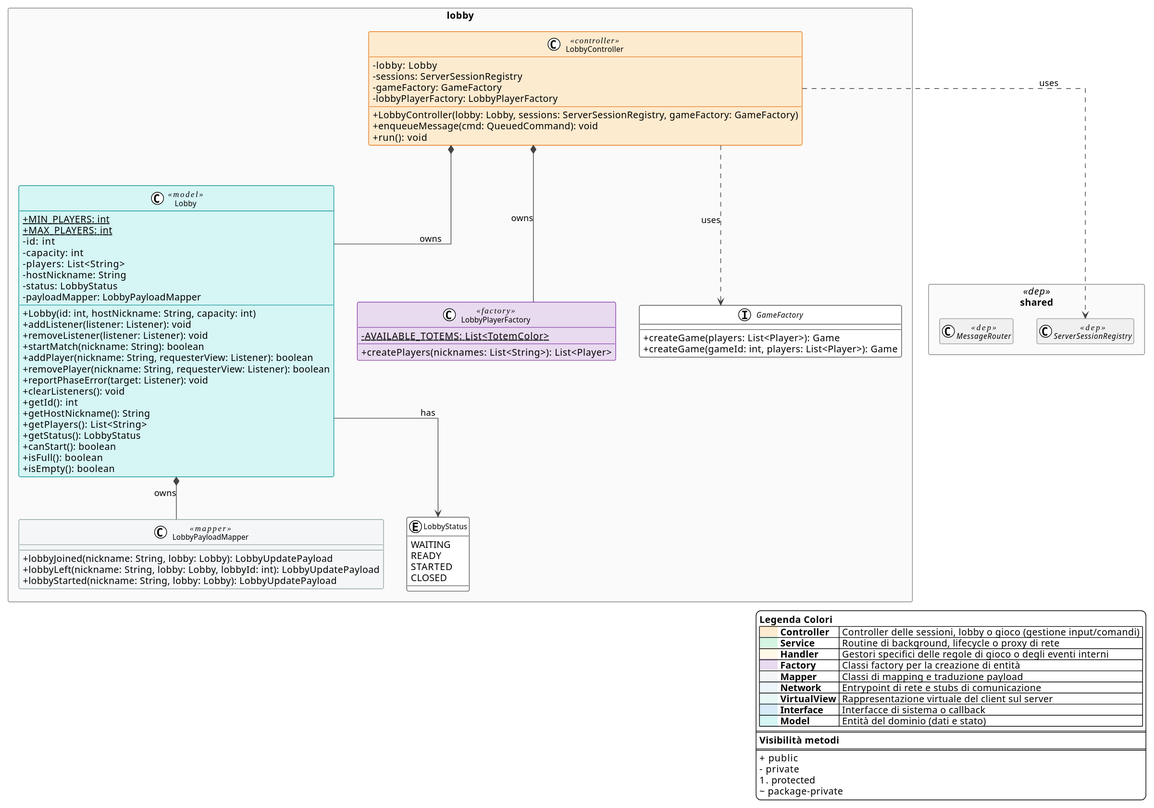
Zorli/MesosProject keeps this PlantUML diagram as deliverables/uml/svg/server-lobby.svg. Above is the earlier version.
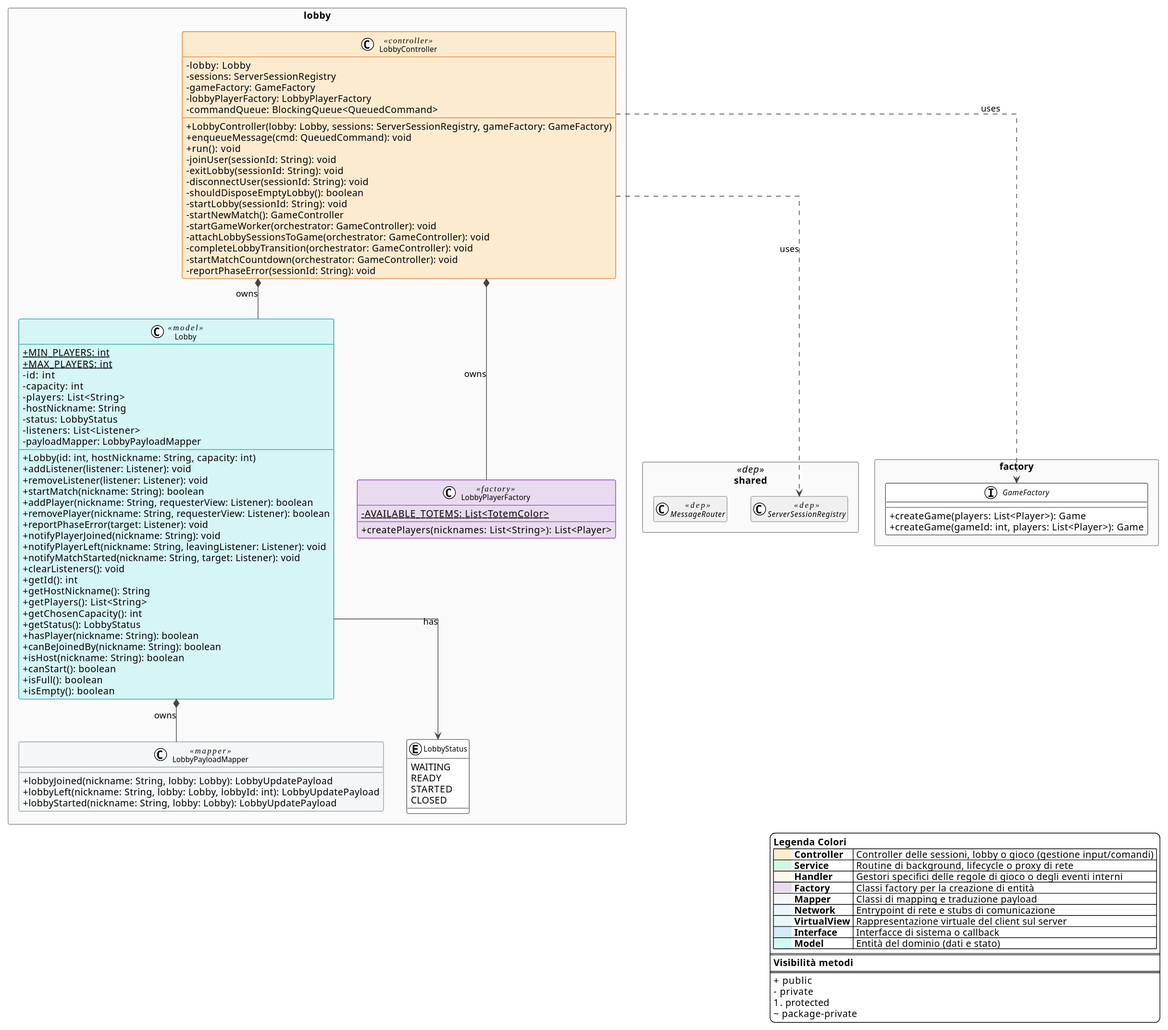
The same diagram one commit later.

What changed in the source:
```diff
@@ -70,9 +70,21 @@
     - sessions: ServerSessionRegistry
     - gameFactory: GameFactory
     - lobbyPlayerFactory: LobbyPlayerFactory
+    - commandQueue: BlockingQueue<QueuedCommand>
     + LobbyController(lobby: Lobby, sessions: ServerSessionRegistry, gameFactory: GameFactory)
     + enqueueMessage(cmd: QueuedCommand): void
     + run(): void
+    - joinUser(sessionId: String): void
+    - exitLobby(sessionId: String): void
+    - disconnectUser(sessionId: String): void
+    - shouldDisposeEmptyLobby(): boolean
+    - startLobby(sessionId: String): void
+    - startNewMatch(): GameController
+    - startGameWorker(orchestrator: GameController): void
+    - attachLobbySessionsToGame(orchestrator: GameController): void
+    - completeLobbyTransition(orchestrator: GameController): void
+    - startMatchCountdown(orchestrator: GameController): void
+    - reportPhaseError(sessionId: String): void
   }
 
   class Lobby <<model>> {
@@ -83,6 +95,7 @@
     - players: List<String>
     - hostNickname: String
     - status: LobbyStatus
+    - listeners: List<Listener>
     - payloadMapper: LobbyPayloadMapper
     + Lobby(id: int, hostNickname: String, capacity: int)
     + addListener(listener: Listener): void
@@ -91,11 +104,18 @@
     + addPlayer(nickname: String, requesterView: Listener): boolean
     + removePlayer(nickname: String, requesterView: Listener): boolean
     + reportPhaseError(target: Listener): void
+    + notifyPlayerJoined(nickname: String): void
+    + notifyPlayerLeft(nickname: String, leavingListener: Listener): void
+    + notifyMatchStarted(nickname: String, target: Listener): void
     + clearListeners(): void
     + getId(): int
     + getHostNickname(): String
     + getPlayers(): List<String>
+    + getChosenCapacity(): int
     + getStatus(): LobbyStatus
+    + hasPlayer(nickname: String): boolean
+    + canBeJoinedBy(nickname: String): boolean
+    + isHost(nickname: String): boolean
     + canStart(): boolean
     + isFull(): boolean
     + isEmpty(): boolean
@@ -112,16 +132,18 @@
     + createPlayers(nicknames: List<String>): List<Player>
   }
 
-  interface GameFactory {
-    + createGame(players: List<Player>): Game
-    + createGame(gameId: int, players: List<Player>): Game
-  }
-
   enum LobbyStatus {
     WAITING
     READY
     STARTED
     CLOSED
+  }
+}
+
+package "factory" {
+  interface GameFactory {
+    + createGame(players: List<Player>): Game
+    + createGame(gameId: int, players: List<Player>): Game
   }
 }
 
```
